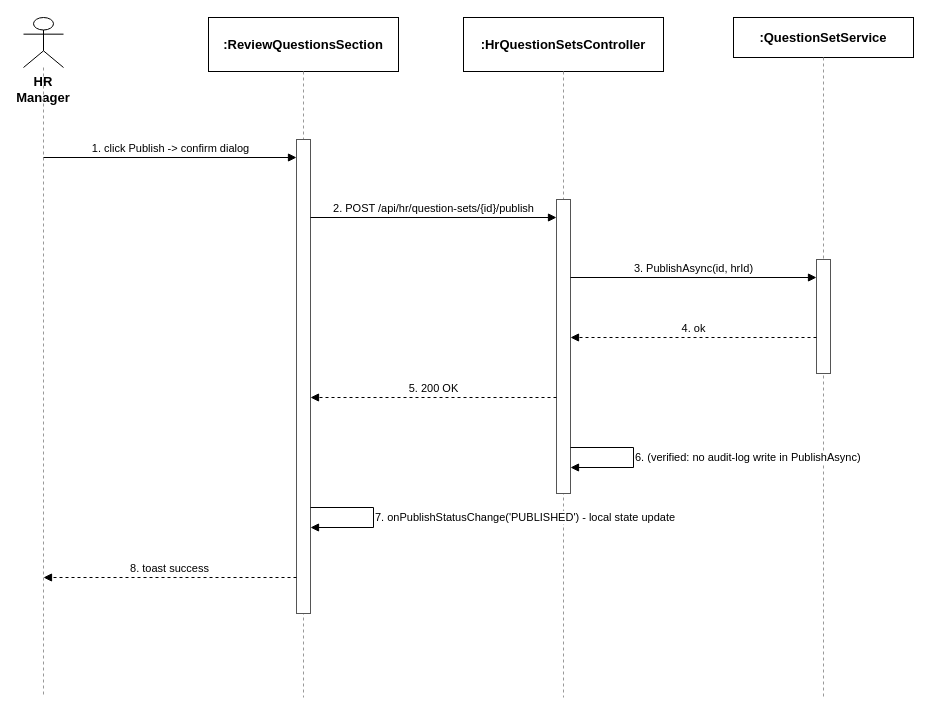
tulklk/AI_Interview_Question_Generation_RAG_LLM_FE keeps this draw.io diagram as docs/qa/sequence-diagrams/Report4_SequenceDiagram_HRManager_AuditLogging.drawio. Above is the earlier version. Source tidied: cells renumbered, new cells numbered last; positions are measured from the earlier drawing's top-left corner, leaving out a move shared by most shapes. Both pictures are drawn from the tidied source at 100%, with x=0, y=0 at pixel (23, 17).
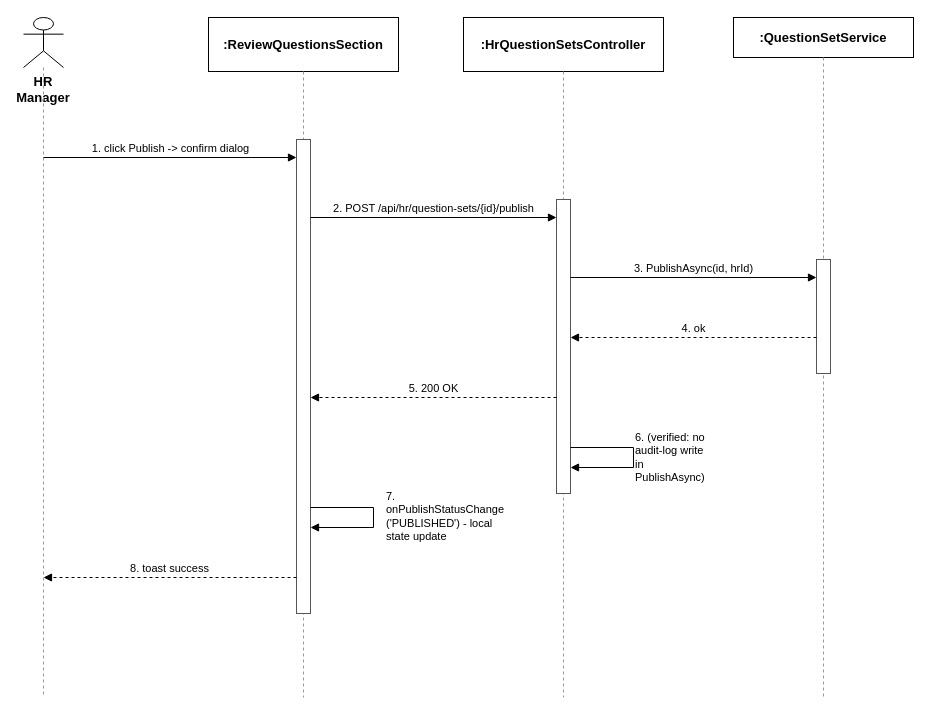
After the change.

What changed in the source:
```diff
@@
-    <mxCell id="18" value="6. (verified: no audit-log write in PublishAsync)" style="endArrow=block;endFill=1;html=1;fontSize=11;align=left;verticalAlign=middle;labelBackgroundColor=#ffffff;rounded=0;strokeColor=#000000;" parent="1" edge="1">
+    <mxCell id="18" value="6. (verified: no audit-log write in PublishAsync)" style="endArrow=block;endFill=1;html=1;whiteSpace=wrap;fontSize=11;align=left;verticalAlign=middle;labelBackgroundColor=#ffffff;rounded=0;strokeColor=#000000;" parent="1" edge="1">
       <mxGeometry relative="1" as="geometry">
         <mxPoint x="547" y="430" as="sourcePoint" />
         <mxPoint x="547" y="450" as="targetPoint" />
         <Array as="points">
           <mxPoint x="610" y="430" />
           <mxPoint x="610" y="450" />
         </Array>
       </mxGeometry>
     </mxCell>
-    <mxCell id="19" value="7. onPublishStatusChange('PUBLISHED') - local state update" style="endArrow=block;endFill=1;html=1;fontSize=11;align=left;verticalAlign=middle;labelBackgroundColor=#ffffff;rounded=0;strokeColor=#000000;" parent="1" edge="1">
-      <mxGeometry relative="1" as="geometry">
+    <mxCell id="19" value="7. onPublishStatusChange&lt;div&gt;('PUBLISHED') - local state update&lt;/div&gt;" style="endArrow=block;endFill=1;html=1;whiteSpace=wrap;fontSize=11;align=left;verticalAlign=middle;labelBackgroundColor=#ffffff;rounded=0;strokeColor=#000000;" parent="1" edge="1">
+      <mxGeometry x="-0.02" y="11" relative="1" as="geometry">
         <mxPoint x="287" y="490" as="sourcePoint" />
         <mxPoint x="287" y="510" as="targetPoint" />
         <Array as="points">
           <mxPoint x="350" y="490" />
           <mxPoint x="350" y="510" />
         </Array>
       </mxGeometry>
     </mxCell>
```
